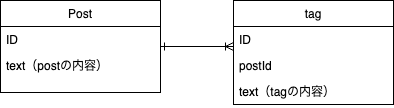
Above: db/anti-patern-2/Diagram.drawio.png in yuikoito/PrAhaChallenge (draw.io), before the change. Source tidied: cells renumbered, new cells last; positions are measured from the earlier drawing's top-left corner, leaving out a move shared by most shapes. Source of this version:
```xml
<mxGraphModel>
  <root>
    <mxCell id="0" />
    <mxCell id="1" parent="0" />
    <mxCell id="2" style="edgeStyle=orthogonalEdgeStyle;rounded=0;jettySize=auto;html=1;startArrow=ERone;startFill=0;endArrow=ERoneToMany;endFill=0;" parent="1" edge="1" source="3" target="6">
      <mxGeometry relative="1" as="geometry">
        <Array as="points">
          <mxPoint x="100" y="52" />
          <mxPoint x="100" y="52" />
        </Array>
      </mxGeometry>
    </mxCell>
    <mxCell id="3" value="Post" style="swimlane;fontStyle=0;align=center;verticalAlign=top;horizontal=1;startSize=26;rounded=0;shadow=0;strokeWidth=1;" parent="1" vertex="1">
      <mxGeometry width="160" height="92" as="geometry" />
    </mxCell>
    <mxCell id="4" value="ID" style="text;align=left;verticalAlign=top;spacingLeft=4;spacingRight=4;overflow=hidden;" parent="3" vertex="1">
      <mxGeometry y="26" width="160" height="26" as="geometry" />
    </mxCell>
    <mxCell id="5" value="text（postの内容）" style="text;align=left;verticalAlign=top;spacingLeft=4;spacingRight=4;overflow=hidden;rounded=0;shadow=0;html=0;" parent="3" vertex="1">
      <mxGeometry y="52" width="160" height="26" as="geometry" />
    </mxCell>
    <mxCell id="6" value="tag" style="swimlane;fontStyle=0;align=center;verticalAlign=top;horizontal=1;startSize=26;rounded=0;shadow=0;strokeWidth=1;" parent="1" vertex="1">
      <mxGeometry x="233" width="160" height="104" as="geometry" />
    </mxCell>
    <mxCell id="7" value="ID" style="text;align=left;verticalAlign=top;spacingLeft=4;spacingRight=4;overflow=hidden;" parent="6" vertex="1">
      <mxGeometry y="26" width="160" height="26" as="geometry" />
    </mxCell>
    <mxCell id="8" value="postId" style="text;align=left;verticalAlign=top;spacingLeft=4;spacingRight=4;overflow=hidden;rounded=0;shadow=0;html=0;" parent="6" vertex="1">
      <mxGeometry y="52" width="160" height="26" as="geometry" />
    </mxCell>
    <mxCell id="9" value="text（tagの内容）" style="text;align=left;verticalAlign=top;spacingLeft=4;spacingRight=4;overflow=hidden;" parent="6" vertex="1">
      <mxGeometry y="78" width="160" height="26" as="geometry" />
    </mxCell>
  </root>
</mxGraphModel>
```
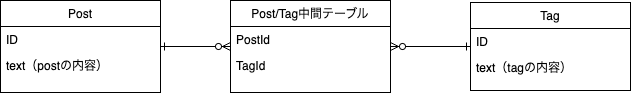
After the commit.

Diff of the diagram source:
```diff
@@ -2,14 +2,9 @@
   <root>
     <mxCell id="0" />
     <mxCell id="1" parent="0" />
-    <mxCell id="2" style="edgeStyle=orthogonalEdgeStyle;rounded=0;jettySize=auto;html=1;startArrow=ERone;startFill=0;endArrow=ERoneToMany;endFill=0;" parent="1" edge="1" source="3" target="6">
-      <mxGeometry relative="1" as="geometry">
-        <Array as="points">
-          <mxPoint x="100" y="52" />
-          <mxPoint x="100" y="52" />
-        </Array>
-      </mxGeometry>
-    </mxCell>
+    <mxCell id="10" style="edgeStyle=orthogonalEdgeStyle;rounded=0;jettySize=auto;html=1;startArrow=ERone;startFill=0;endArrow=ERzeroToMany;endFill=0;" parent="1" edge="1" source="3" target="12">
+      <mxGeometry relative="1" as="geometry" />
+    </mxCell>
     <mxCell id="3" value="Post" style="swimlane;fontStyle=0;align=center;verticalAlign=top;horizontal=1;startSize=26;rounded=0;shadow=0;strokeWidth=1;" parent="1" vertex="1">
       <mxGeometry width="160" height="92" as="geometry" />
     </mxCell>
@@ -19,17 +14,26 @@
     <mxCell id="5" value="text（postの内容）" style="text;align=left;verticalAlign=top;spacingLeft=4;spacingRight=4;overflow=hidden;rounded=0;shadow=0;html=0;" parent="3" vertex="1">
       <mxGeometry y="52" width="160" height="26" as="geometry" />
     </mxCell>
-    <mxCell id="6" value="tag" style="swimlane;fontStyle=0;align=center;verticalAlign=top;horizontal=1;startSize=26;rounded=0;shadow=0;strokeWidth=1;" parent="1" vertex="1">
-      <mxGeometry x="233" width="160" height="104" as="geometry" />
+    <mxCell id="6" value="Tag" style="swimlane;fontStyle=0;align=center;verticalAlign=top;horizontal=1;startSize=26;rounded=0;shadow=0;strokeWidth=1;" parent="1" vertex="1">
+      <mxGeometry x="470" y="2" width="160" height="88" as="geometry" />
     </mxCell>
     <mxCell id="7" value="ID" style="text;align=left;verticalAlign=top;spacingLeft=4;spacingRight=4;overflow=hidden;" parent="6" vertex="1">
       <mxGeometry y="26" width="160" height="26" as="geometry" />
     </mxCell>
-    <mxCell id="8" value="postId" style="text;align=left;verticalAlign=top;spacingLeft=4;spacingRight=4;overflow=hidden;rounded=0;shadow=0;html=0;" parent="6" vertex="1">
-      <mxGeometry y="52" width="160" height="26" as="geometry" />
-    </mxCell>
     <mxCell id="9" value="text（tagの内容）" style="text;align=left;verticalAlign=top;spacingLeft=4;spacingRight=4;overflow=hidden;" parent="6" vertex="1">
-      <mxGeometry y="78" width="160" height="26" as="geometry" />
+      <mxGeometry y="52" width="160" height="26" as="geometry" />
     </mxCell>
+    <mxCell id="11" style="edgeStyle=orthogonalEdgeStyle;rounded=0;jettySize=auto;html=1;startArrow=ERzeroToMany;startFill=0;endArrow=ERone;endFill=0;" parent="1" edge="1" source="12" target="6">
+      <mxGeometry relative="1" as="geometry" />
+    </mxCell>
+    <mxCell id="12" value="Post/Tag中間テーブル" style="swimlane;fontStyle=0;align=center;verticalAlign=top;horizontal=1;startSize=26;rounded=0;shadow=0;strokeWidth=1;" parent="1" vertex="1">
+      <mxGeometry x="230" width="160" height="92" as="geometry" />
+    </mxCell>
+    <mxCell id="13" value="PostId" style="text;align=left;verticalAlign=top;spacingLeft=4;spacingRight=4;overflow=hidden;" parent="12" vertex="1">
+      <mxGeometry y="26" width="160" height="26" as="geometry" />
+    </mxCell>
+    <mxCell id="14" value="TagId" style="text;align=left;verticalAlign=top;spacingLeft=4;spacingRight=4;overflow=hidden;rounded=0;shadow=0;html=0;" parent="12" vertex="1">
+      <mxGeometry y="52" width="160" height="26" as="geometry" />
+    </mxCell>
   </root>
 </mxGraphModel>
```
